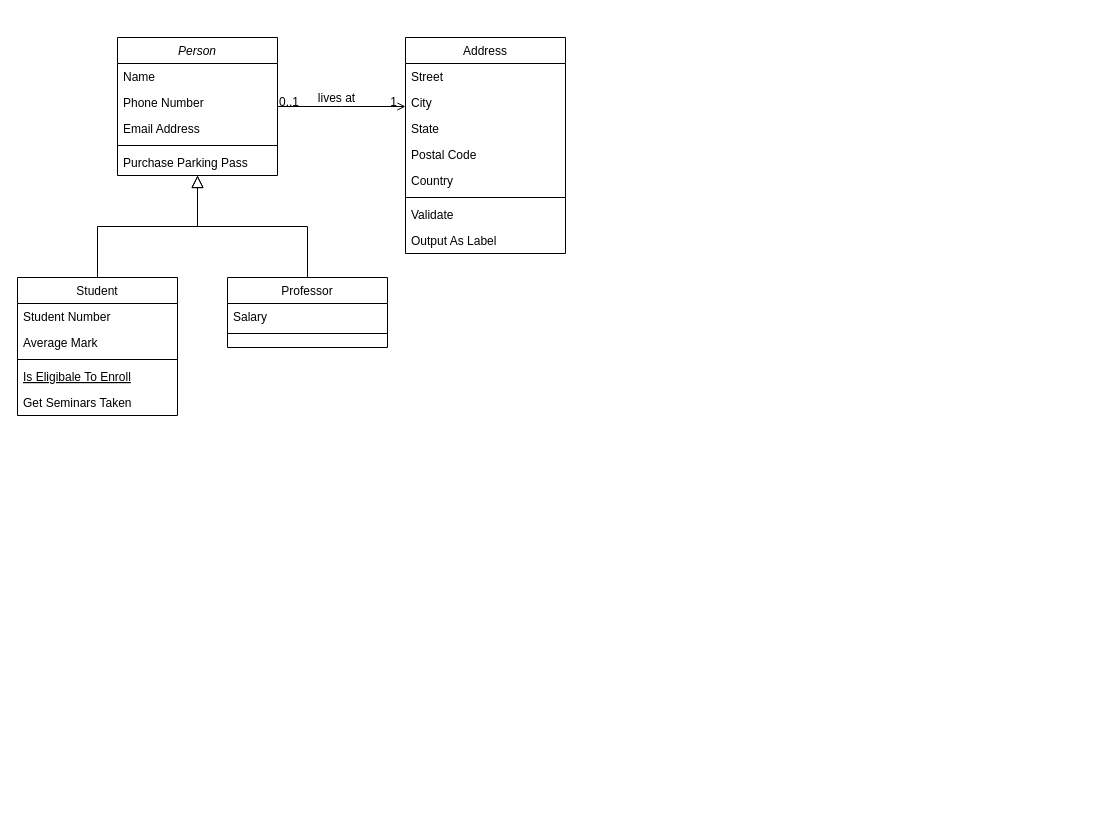
This is Untitled Diagram.drawio from BrayanAMC/Taller1, a draw.io file, before an edit. Source tidied: cells renumbered, new cells numbered last; positions are measured from the earlier drawing's top-left corner, leaving out a move shared by most shapes. Both pictures are drawn from the tidied source at 100%, with x=0, y=0 at pixel (17, 37).
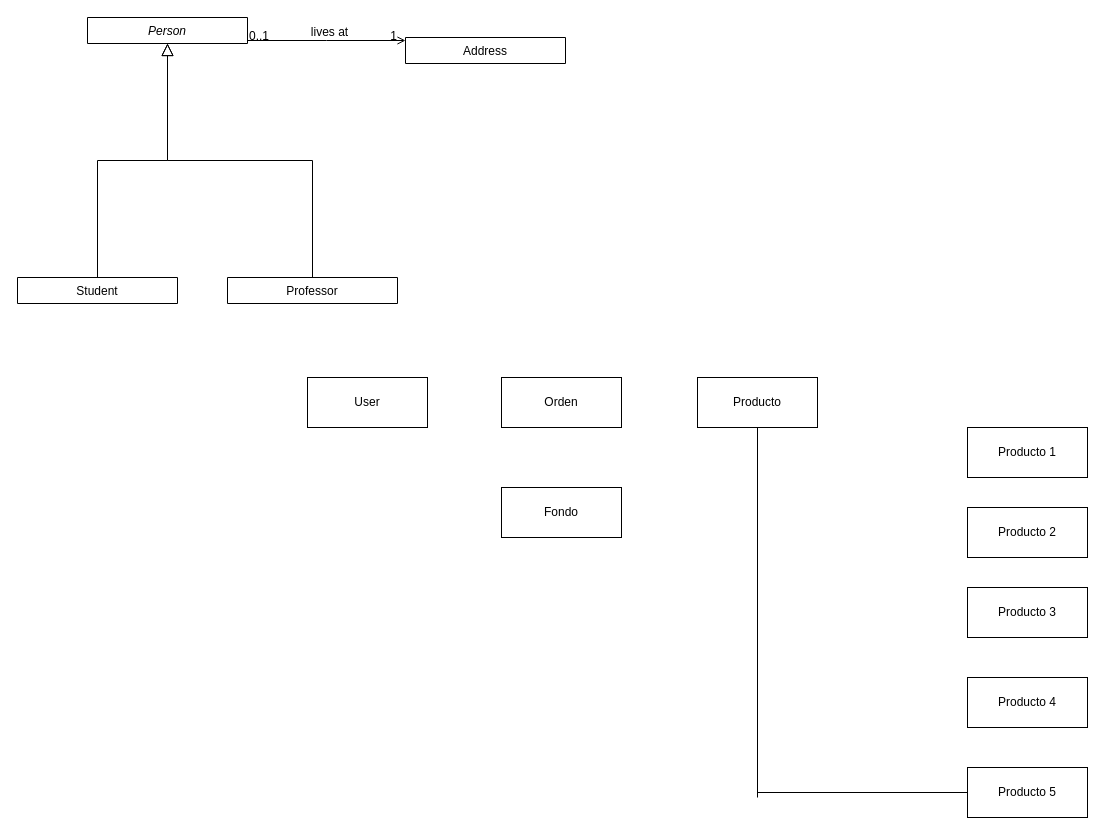
The same page after the edit.

Change to the diagram source:
```diff
@@
-    <mxCell id="2" value="Person" style="swimlane;fontStyle=2;align=center;verticalAlign=top;horizontal=1;startSize=26;rounded=0;shadow=0;strokeWidth=1;" parent="1" vertex="1">
-      <mxGeometry x="100" width="160" height="138" as="geometry" />
+    <mxCell id="2" value="Person" style="swimlane;fontStyle=2;align=center;verticalAlign=top;horizontal=1;startSize=26;rounded=0;shadow=0;strokeWidth=1;" parent="1" vertex="1" collapsed="1">
+      <mxGeometry x="70" y="-20" width="160" height="26" as="geometry" />
     </mxCell>
-    <mxCell id="3" value="Name" style="text;align=left;verticalAlign=top;spacingLeft=4;spacingRight=4;overflow=hidden;" parent="2" vertex="1">
-      <mxGeometry y="26" width="160" height="26" as="geometry" />
-    </mxCell>
-    <mxCell id="4" value="Phone Number" style="text;align=left;verticalAlign=top;spacingLeft=4;spacingRight=4;overflow=hidden;rounded=0;shadow=0;html=0;" parent="2" vertex="1">
-      <mxGeometry y="52" width="160" height="26" as="geometry" />
-    </mxCell>
-    <mxCell id="5" value="Email Address" style="text;align=left;verticalAlign=top;spacingLeft=4;spacingRight=4;overflow=hidden;rounded=0;shadow=0;html=0;" parent="2" vertex="1">
-      <mxGeometry y="78" width="160" height="26" as="geometry" />
-    </mxCell>
-    <mxCell id="6" style="line;html=1;strokeWidth=1;align=left;verticalAlign=middle;spacingTop=-1;spacingLeft=3;spacingRight=3;labelPosition=right;" parent="2" vertex="1">
-      <mxGeometry y="104" width="160" height="8" as="geometry" />
-    </mxCell>
-    <mxCell id="7" value="Purchase Parking Pass" style="text;align=left;verticalAlign=top;spacingLeft=4;spacingRight=4;overflow=hidden;" parent="2" vertex="1">
-      <mxGeometry y="112" width="160" height="26" as="geometry" />
-    </mxCell>
-    <mxCell id="8" value="Student" style="swimlane;fontStyle=0;align=center;verticalAlign=top;horizontal=1;startSize=26;rounded=0;shadow=0;strokeWidth=1;" parent="1" vertex="1">
-      <mxGeometry y="240" width="160" height="138" as="geometry" />
+    <mxCell id="8" value="Student" style="swimlane;fontStyle=0;align=center;verticalAlign=top;horizontal=1;startSize=26;rounded=0;shadow=0;strokeWidth=1;" parent="1" vertex="1" collapsed="1">
+      <mxGeometry y="240" width="160" height="26" as="geometry" />
     </mxCell>
-    <mxCell id="9" value="Student Number" style="text;align=left;verticalAlign=top;spacingLeft=4;spacingRight=4;overflow=hidden;" parent="8" vertex="1">
-      <mxGeometry y="26" width="160" height="26" as="geometry" />
-    </mxCell>
-    <mxCell id="10" value="Average Mark" style="text;align=left;verticalAlign=top;spacingLeft=4;spacingRight=4;overflow=hidden;rounded=0;shadow=0;html=0;" parent="8" vertex="1">
-      <mxGeometry y="52" width="160" height="26" as="geometry" />
-    </mxCell>
-    <mxCell id="11" style="line;html=1;strokeWidth=1;align=left;verticalAlign=middle;spacingTop=-1;spacingLeft=3;spacingRight=3;labelPosition=right;" parent="8" vertex="1">
-      <mxGeometry y="78" width="160" height="8" as="geometry" />
-    </mxCell>
-    <mxCell id="12" value="Is Eligibale To Enroll" style="text;align=left;verticalAlign=top;spacingLeft=4;spacingRight=4;overflow=hidden;fontStyle=4;" parent="8" vertex="1">
-      <mxGeometry y="86" width="160" height="26" as="geometry" />
-    </mxCell>
-    <mxCell id="13" value="Get Seminars Taken" style="text;align=left;verticalAlign=top;spacingLeft=4;spacingRight=4;overflow=hidden;" parent="8" vertex="1">
-      <mxGeometry y="112" width="160" height="26" as="geometry" />
-    </mxCell>
@@
-    <mxCell id="15" value="Professor" style="swimlane;fontStyle=0;align=center;verticalAlign=top;horizontal=1;startSize=26;rounded=0;shadow=0;strokeWidth=1;" parent="1" vertex="1">
-      <mxGeometry x="210" y="240" width="160" height="70" as="geometry" />
+    <mxCell id="15" value="Professor" style="swimlane;fontStyle=0;align=center;verticalAlign=top;horizontal=1;startSize=26;rounded=0;shadow=0;strokeWidth=1;" parent="1" vertex="1" collapsed="1">
+      <mxGeometry x="210" y="240" width="170" height="26" as="geometry" />
     </mxCell>
-    <mxCell id="16" value="Salary" style="text;align=left;verticalAlign=top;spacingLeft=4;spacingRight=4;overflow=hidden;" parent="15" vertex="1">
-      <mxGeometry y="26" width="160" height="26" as="geometry" />
-    </mxCell>
-    <mxCell id="17" style="line;html=1;strokeWidth=1;align=left;verticalAlign=middle;spacingTop=-1;spacingLeft=3;spacingRight=3;labelPosition=right;" parent="15" vertex="1">
-      <mxGeometry y="52" width="160" height="8" as="geometry" />
-    </mxCell>
@@
-    <mxCell id="19" value="Address" style="swimlane;fontStyle=0;align=center;verticalAlign=top;horizontal=1;startSize=26;rounded=0;shadow=0;strokeWidth=1;" parent="1" vertex="1">
-      <mxGeometry x="388" width="160" height="216" as="geometry" />
+    <mxCell id="19" value="Address" style="swimlane;fontStyle=0;align=center;verticalAlign=top;horizontal=1;startSize=26;rounded=0;shadow=0;strokeWidth=1;" parent="1" vertex="1" collapsed="1">
+      <mxGeometry x="388" width="160" height="26" as="geometry" />
     </mxCell>
-    <mxCell id="20" value="Street" style="text;align=left;verticalAlign=top;spacingLeft=4;spacingRight=4;overflow=hidden;" parent="19" vertex="1">
-      <mxGeometry y="26" width="160" height="26" as="geometry" />
-    </mxCell>
-    <mxCell id="21" value="City" style="text;align=left;verticalAlign=top;spacingLeft=4;spacingRight=4;overflow=hidden;rounded=0;shadow=0;html=0;" parent="19" vertex="1">
-      <mxGeometry y="52" width="160" height="26" as="geometry" />
-    </mxCell>
-    <mxCell id="22" value="State" style="text;align=left;verticalAlign=top;spacingLeft=4;spacingRight=4;overflow=hidden;rounded=0;shadow=0;html=0;" parent="19" vertex="1">
-      <mxGeometry y="78" width="160" height="26" as="geometry" />
-    </mxCell>
-    <mxCell id="23" value="Postal Code" style="text;align=left;verticalAlign=top;spacingLeft=4;spacingRight=4;overflow=hidden;rounded=0;shadow=0;html=0;" parent="19" vertex="1">
-      <mxGeometry y="104" width="160" height="26" as="geometry" />
-    </mxCell>
-    <mxCell id="24" value="Country" style="text;align=left;verticalAlign=top;spacingLeft=4;spacingRight=4;overflow=hidden;rounded=0;shadow=0;html=0;" parent="19" vertex="1">
-      <mxGeometry y="130" width="160" height="26" as="geometry" />
-    </mxCell>
-    <mxCell id="25" style="line;html=1;strokeWidth=1;align=left;verticalAlign=middle;spacingTop=-1;spacingLeft=3;spacingRight=3;labelPosition=right;" parent="19" vertex="1">
-      <mxGeometry y="156" width="160" height="8" as="geometry" />
-    </mxCell>
-    <mxCell id="26" value="Validate" style="text;align=left;verticalAlign=top;spacingLeft=4;spacingRight=4;overflow=hidden;" parent="19" vertex="1">
-      <mxGeometry y="164" width="160" height="26" as="geometry" />
-    </mxCell>
-    <mxCell id="27" value="Output As Label" style="text;align=left;verticalAlign=top;spacingLeft=4;spacingRight=4;overflow=hidden;" parent="19" vertex="1">
-      <mxGeometry y="190" width="160" height="26" as="geometry" />
-    </mxCell>
@@
+    <mxCell id="32" value="User" style="rounded=0;whiteSpace=wrap;html=1;" parent="1" vertex="1">
+      <mxGeometry x="290" y="340" width="120" height="50" as="geometry" />
+    </mxCell>
+    <mxCell id="33" value="Orden" style="rounded=0;whiteSpace=wrap;html=1;" parent="1" vertex="1">
+      <mxGeometry x="484" y="340" width="120" height="50" as="geometry" />
+    </mxCell>
+    <mxCell id="34" value="Producto" style="rounded=0;whiteSpace=wrap;html=1;" parent="1" vertex="1">
+      <mxGeometry x="680" y="340" width="120" height="50" as="geometry" />
+    </mxCell>
+    <mxCell id="35" value="Producto 2" style="rounded=0;whiteSpace=wrap;html=1;" parent="1" vertex="1">
+      <mxGeometry x="950" y="470" width="120" height="50" as="geometry" />
+    </mxCell>
+    <mxCell id="36" value="Producto 4" style="rounded=0;whiteSpace=wrap;html=1;" parent="1" vertex="1">
+      <mxGeometry x="950" y="640" width="120" height="50" as="geometry" />
+    </mxCell>
+    <mxCell id="37" value="Producto 1" style="rounded=0;whiteSpace=wrap;html=1;" parent="1" vertex="1">
+      <mxGeometry x="950" y="390" width="120" height="50" as="geometry" />
+    </mxCell>
+    <mxCell id="38" value="Producto 3" style="rounded=0;whiteSpace=wrap;html=1;" parent="1" vertex="1">
+      <mxGeometry x="950" y="550" width="120" height="50" as="geometry" />
+    </mxCell>
+    <mxCell id="39" value="Producto 5" style="rounded=0;whiteSpace=wrap;html=1;" parent="1" vertex="1">
+      <mxGeometry x="950" y="730" width="120" height="50" as="geometry" />
+    </mxCell>
+    <mxCell id="40" style="endArrow=none;html=1;entryX=0.5;entryY=1;entryDx=0;entryDy=0;" parent="1" edge="1" target="34">
+      <mxGeometry relative="1" as="geometry">
+        <mxPoint x="740" y="760" as="sourcePoint" />
+      </mxGeometry>
+    </mxCell>
+    <mxCell id="41" style="endArrow=none;html=1;entryX=0;entryY=0.5;entryDx=0;entryDy=0;" parent="1" edge="1" target="39">
+      <mxGeometry relative="1" as="geometry">
+        <mxPoint x="740" y="755" as="sourcePoint" />
+      </mxGeometry>
+    </mxCell>
+    <mxCell id="42" value="Fondo" style="rounded=0;whiteSpace=wrap;html=1;" parent="1" vertex="1">
+      <mxGeometry x="484" y="450" width="120" height="50" as="geometry" />
+    </mxCell>
```
